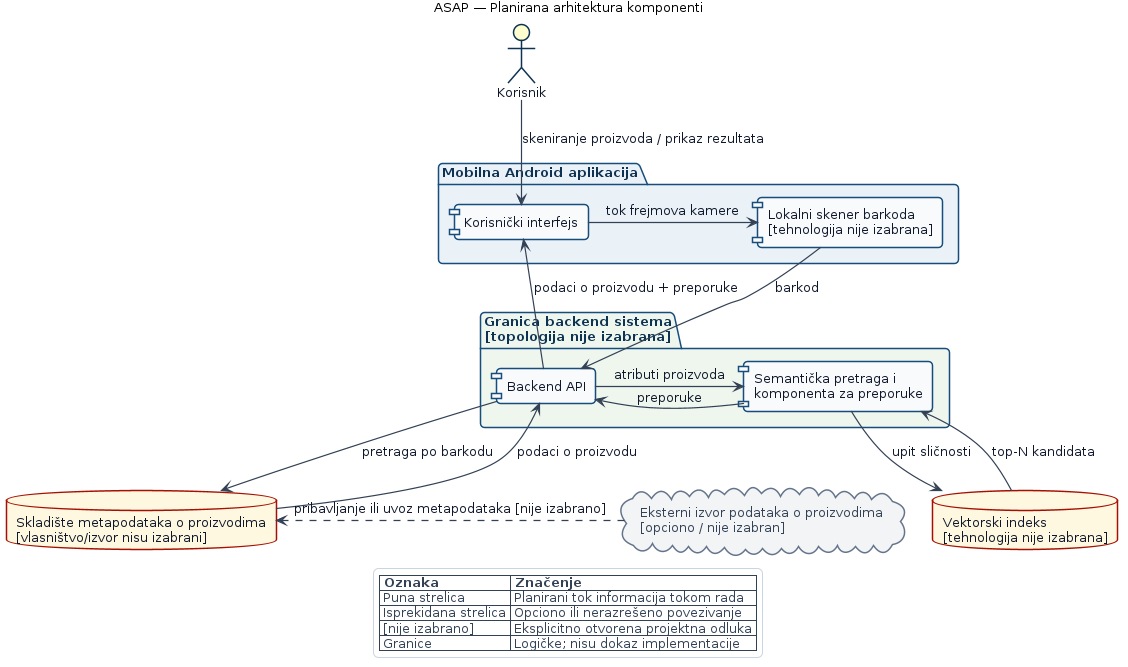
This is docs/diagrams/rendered/sr/component-architecture.png from mikelandjelos/asap-app, a PlantUML export, as it was before one commit. Its source is kept beside it as docs/diagrams/component-architecture.puml. The source it was exported from:
```plantuml
@startuml
!include includes/theme.puml

!ifdef SERBIAN
  !define DIAGRAM_TITLE ASAP — Planirana arhitektura komponenti
  !define USER_LABEL Korisnik
  !define CLIENT_LABEL Mobilna Android aplikacija
  !define UI_LABEL Korisnički interfejs
  !define SCANNER_LABEL Lokalni skener barkoda\n[tehnologija nije izabrana]
  !define BACKEND_LABEL Granica backend sistema\n[topologija nije izabrana]
  !define API_LABEL Backend API
  !define SEMANTIC_LABEL Semantička pretraga i\nkomponenta za preporuke
  !define PRODUCTS_LABEL Skladište metapodataka o proizvodima\n[vlasništvo/izvor nisu izabrani]
  !define VECTORS_LABEL Vektorski indeks\n[tehnologija nije izabrana]
  !define EXTERNAL_LABEL Eksterni izvor podataka o proizvodima\n[opciono / nije izabran]
  !define FLOW_USER skeniranje proizvoda / prikaz rezultata
  !define FLOW_FRAMES tok frejmova kamere
  !define FLOW_BARCODE barkod
  !define FLOW_LOOKUP pretraga po barkodu
  !define FLOW_DETAILS podaci o proizvodu
  !define FLOW_ATTRIBUTES atributi proizvoda
  !define FLOW_RECOMMENDATIONS preporuke
  !define FLOW_SIMILARITY upit sličnosti
  !define FLOW_CANDIDATES top-N kandidata
  !define FLOW_RESULT podaci o proizvodu + preporuke
  !define FLOW_EXTERNAL pribavljanje ili uvoz metapodataka [nije izabrano]
  !define LEGEND_NOTATION Oznaka
  !define LEGEND_MEANING Značenje
  !define LEGEND_SOLID Puna strelica
  !define LEGEND_SOLID_MEANING Planirani tok informacija tokom rada
  !define LEGEND_DASHED Isprekidana strelica
  !define LEGEND_DASHED_MEANING Opciono ili nerazrešeno povezivanje
  !define LEGEND_TBD [nije izabrano]
  !define LEGEND_TBD_MEANING Eksplicitno otvorena projektna odluka
  !define LEGEND_BOUNDARIES Granice
  !define LEGEND_BOUNDARIES_MEANING Logičke; nisu dokaz implementacije
!else
  !define DIAGRAM_TITLE ASAP — Proposed component architecture
  !define USER_LABEL User
  !define CLIENT_LABEL Android client
  !define UI_LABEL User interface
  !define SCANNER_LABEL On-device barcode scanner\n[technology TBD]
  !define BACKEND_LABEL Backend boundary\n[topology TBD]
  !define API_LABEL Backend API
  !define SEMANTIC_LABEL Semantic search and\nrecommendation component
  !define PRODUCTS_LABEL Product metadata store\n[ownership/provider TBD]
  !define VECTORS_LABEL Vector index\n[technology TBD]
  !define EXTERNAL_LABEL External product metadata source\n[optional / TBD]
  !define FLOW_USER scan product / view results
  !define FLOW_FRAMES camera frames
  !define FLOW_BARCODE barcode
  !define FLOW_LOOKUP lookup by barcode
  !define FLOW_DETAILS product details
  !define FLOW_ATTRIBUTES product attributes
  !define FLOW_RECOMMENDATIONS recommendations
  !define FLOW_SIMILARITY similarity query
  !define FLOW_CANDIDATES top-N candidates
  !define FLOW_RESULT product details + recommendations
  !define FLOW_EXTERNAL metadata ingestion or lookup [TBD]
  !define LEGEND_NOTATION Notation
  !define LEGEND_MEANING Meaning
  !define LEGEND_SOLID Solid arrow
  !define LEGEND_SOLID_MEANING Planned runtime information flow
  !define LEGEND_DASHED Dashed arrow
  !define LEGEND_DASHED_MEANING Optional/unresolved integration
  !define LEGEND_TBD [TBD]
  !define LEGEND_TBD_MEANING Explicitly undecided design point
  !define LEGEND_BOUNDARIES Boundaries
  !define LEGEND_BOUNDARIES_MEANING Logical only; not deployment evidence
!endif

title DIAGRAM_TITLE
top to bottom direction

actor "USER_LABEL" as user

package "CLIENT_LABEL" as android #EAF2F8 {
  component "UI_LABEL" as ui
  component "SCANNER_LABEL" as scanner
}

package "BACKEND_LABEL" as backend #EEF6EE {
  component "API_LABEL" as api
  component "SEMANTIC_LABEL" as semantic
}

database "PRODUCTS_LABEL" as products
database "VECTORS_LABEL" as vectors
cloud "EXTERNAL_LABEL" as external

user -down-> ui : FLOW_USER
ui -right-> scanner : FLOW_FRAMES
scanner -down-> api : FLOW_BARCODE
api -down-> products : FLOW_LOOKUP
products -up-> api : FLOW_DETAILS
api -right-> semantic : FLOW_ATTRIBUTES
semantic -left-> api : FLOW_RECOMMENDATIONS
semantic -down-> vectors : FLOW_SIMILARITY
vectors -up-> semantic : FLOW_CANDIDATES
api -up-> ui : FLOW_RESULT
external .left.> products : FLOW_EXTERNAL

!ifndef PRESENTATION
  legend bottom
    |= LEGEND_NOTATION |= LEGEND_MEANING |
    | LEGEND_SOLID | LEGEND_SOLID_MEANING |
    | LEGEND_DASHED | LEGEND_DASHED_MEANING |
    | LEGEND_TBD | LEGEND_TBD_MEANING |
    | LEGEND_BOUNDARIES | LEGEND_BOUNDARIES_MEANING |
  endlegend
!endif

@enduml
```
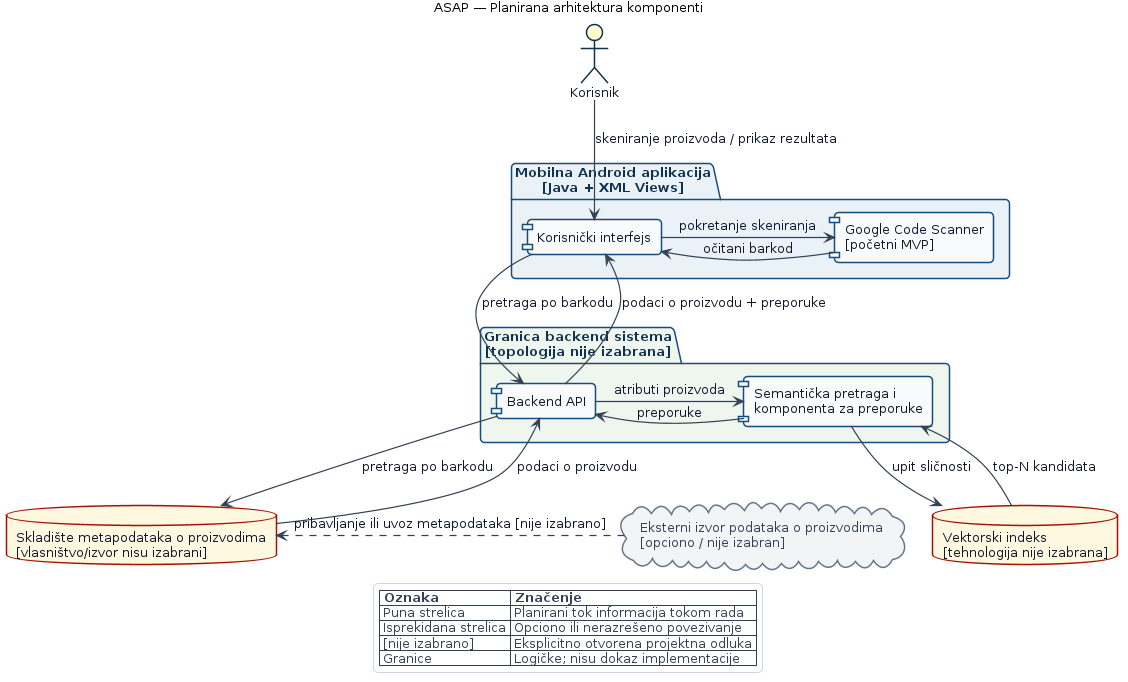
After the change.

Diff of the diagram source:
```diff
@@ -4,9 +4,9 @@
 !ifdef SERBIAN
   !define DIAGRAM_TITLE ASAP — Planirana arhitektura komponenti
   !define USER_LABEL Korisnik
-  !define CLIENT_LABEL Mobilna Android aplikacija
+  !define CLIENT_LABEL Mobilna Android aplikacija\n[Java + XML Views]
   !define UI_LABEL Korisnički interfejs
-  !define SCANNER_LABEL Lokalni skener barkoda\n[tehnologija nije izabrana]
+  !define SCANNER_LABEL Google Code Scanner\n[početni MVP]
   !define BACKEND_LABEL Granica backend sistema\n[topologija nije izabrana]
   !define API_LABEL Backend API
   !define SEMANTIC_LABEL Semantička pretraga i\nkomponenta za preporuke
@@ -14,8 +14,8 @@
   !define VECTORS_LABEL Vektorski indeks\n[tehnologija nije izabrana]
   !define EXTERNAL_LABEL Eksterni izvor podataka o proizvodima\n[opciono / nije izabran]
   !define FLOW_USER skeniranje proizvoda / prikaz rezultata
-  !define FLOW_FRAMES tok frejmova kamere
-  !define FLOW_BARCODE barkod
+  !define FLOW_FRAMES pokretanje skeniranja
+  !define FLOW_BARCODE očitani barkod
   !define FLOW_LOOKUP pretraga po barkodu
   !define FLOW_DETAILS podaci o proizvodu
   !define FLOW_ATTRIBUTES atributi proizvoda
@@ -37,9 +37,9 @@
 !else
   !define DIAGRAM_TITLE ASAP — Proposed component architecture
   !define USER_LABEL User
-  !define CLIENT_LABEL Android client
+  !define CLIENT_LABEL Android client\n[Java + XML Views]
   !define UI_LABEL User interface
-  !define SCANNER_LABEL On-device barcode scanner\n[technology TBD]
+  !define SCANNER_LABEL Google Code Scanner\n[initial MVP]
   !define BACKEND_LABEL Backend boundary\n[topology TBD]
   !define API_LABEL Backend API
   !define SEMANTIC_LABEL Semantic search and\nrecommendation component
@@ -47,8 +47,8 @@
   !define VECTORS_LABEL Vector index\n[technology TBD]
   !define EXTERNAL_LABEL External product metadata source\n[optional / TBD]
   !define FLOW_USER scan product / view results
-  !define FLOW_FRAMES camera frames
-  !define FLOW_BARCODE barcode
+  !define FLOW_FRAMES launch scan
+  !define FLOW_BARCODE decoded barcode
   !define FLOW_LOOKUP lookup by barcode
   !define FLOW_DETAILS product details
   !define FLOW_ATTRIBUTES product attributes
@@ -90,7 +90,8 @@
 
 user -down-> ui : FLOW_USER
 ui -right-> scanner : FLOW_FRAMES
-scanner -down-> api : FLOW_BARCODE
+scanner -left-> ui : FLOW_BARCODE
+ui -down-> api : FLOW_LOOKUP
 api -down-> products : FLOW_LOOKUP
 products -up-> api : FLOW_DETAILS
 api -right-> semantic : FLOW_ATTRIBUTES
```
